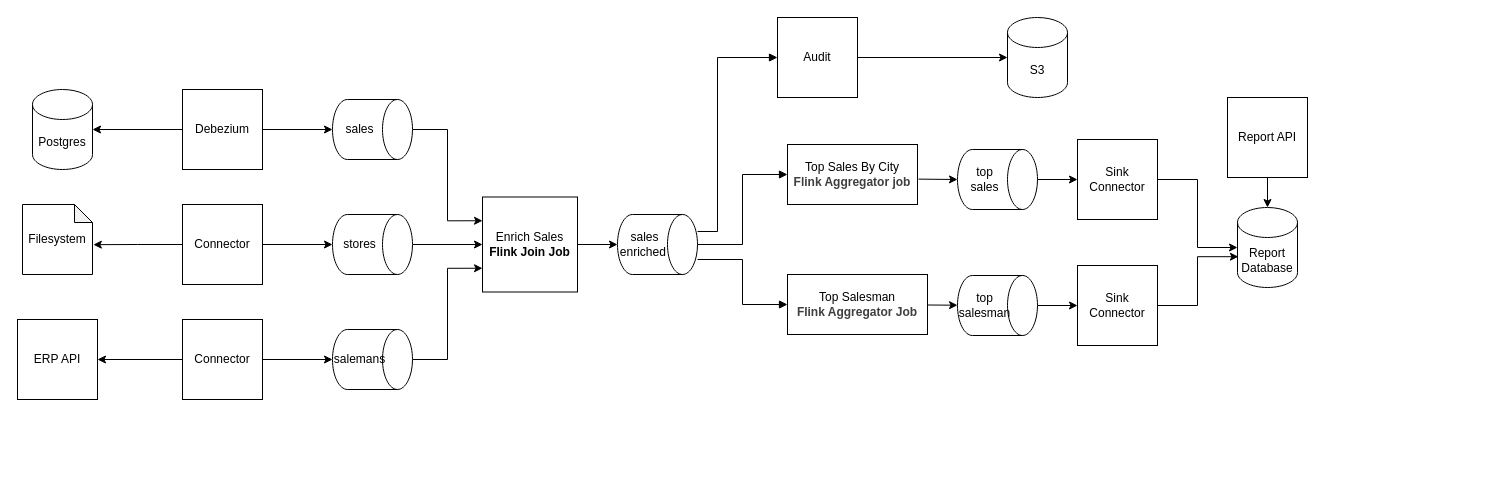
Above: 2026-03-23-data-kata/docs/Kata - Data Architecture.drawio in brunohaetinger/green-team (draw.io), before the change. Source tidied: cells renumbered, new cells numbered last; positions are measured from the earlier drawing's top-left corner, leaving out a move shared by most shapes. Both pictures are drawn from the tidied source at 100%, with x=0, y=0 at pixel (17, 17).
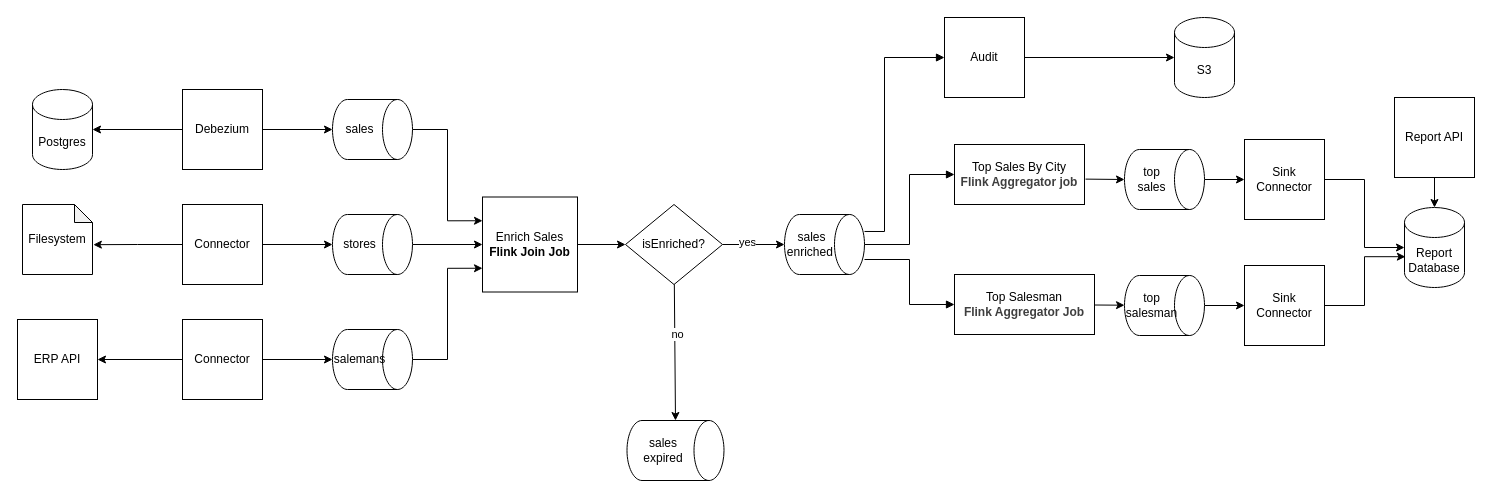
Above is the later version.

Unchanged cells that the change refers to:
```xml
<mxCell id="21" value="Enrich Sales&lt;br&gt;&lt;b&gt;Flink Join Job&lt;/b&gt;" style="whiteSpace=wrap;html=1;" parent="1" vertex="1">
  <mxGeometry x="465" y="179.5" width="95" height="95" as="geometry" />
</mxCell>
```

What changed in the source:
```diff
@@
-    <mxCell id="22" value="sales enriched&amp;nbsp;" style="shape=cylinder3;whiteSpace=wrap;html=1;boundedLbl=1;backgroundOutline=1;size=15;rotation=90;horizontal=0;" parent="1" vertex="1">
-      <mxGeometry x="610" y="187" width="60" height="80" as="geometry" />
-    </mxCell>
-    <mxCell id="23" style="edgeStyle=orthogonalEdgeStyle;rounded=0;jettySize=auto;html=1;entryX=0.5;entryY=1;entryDx=0;entryDy=0;entryPerimeter=0;" parent="1" edge="1" source="21" target="22">
+    <mxCell id="23" style="edgeStyle=orthogonalEdgeStyle;rounded=0;jettySize=auto;html=1;entryX=0.5;entryY=1;entryDx=0;entryDy=0;entryPerimeter=0;" parent="1" edge="1" source="52" target="22">
       <mxGeometry relative="1" as="geometry" />
     </mxCell>
+    <mxCell id="47" value="yes" style="edgeLabel;html=1;align=center;verticalAlign=middle;" parent="23" vertex="1">
+      <mxGeometry x="-0.23" y="3" relative="1" as="geometry" />
+    </mxCell>
@@
+    <mxCell id="48" style="group;" parent="1" vertex="1">
+      <mxGeometry x="767" width="690" height="328" as="geometry" />
+    </mxCell>
+    <mxCell id="22" value="sales enriched&amp;nbsp;" style="shape=cylinder3;whiteSpace=wrap;html=1;boundedLbl=1;backgroundOutline=1;size=15;rotation=90;horizontal=0;" parent="48" vertex="1">
+      <mxGeometry x="10" y="187" width="60" height="80" as="geometry" />
+    </mxCell>
-    <mxCell id="26" style="edgeStyle=orthogonalEdgeStyle;rounded=0;jettySize=auto;html=1;entryX=0.283;entryY=0;entryDx=0;entryDy=0;entryPerimeter=0;exitX=0;exitY=0.5;exitDx=0;exitDy=0;startArrow=block;startFill=1;endArrow=none;endFill=0;" parent="1" edge="1" source="40" target="22">
+    <mxCell id="26" style="edgeStyle=orthogonalEdgeStyle;rounded=0;jettySize=auto;html=1;entryX=0.283;entryY=0;entryDx=0;entryDy=0;entryPerimeter=0;exitX=0;exitY=0.5;exitDx=0;exitDy=0;startArrow=block;startFill=1;endArrow=none;endFill=0;" parent="48" edge="1" source="40" target="22">
       <mxGeometry relative="1" as="geometry">
         <Array as="points">
-          <mxPoint x="700" y="40" />
-          <mxPoint x="700" y="214" />
+          <mxPoint x="100" y="40" />
+          <mxPoint x="100" y="214" />
         </Array>
       </mxGeometry>
     </mxCell>
-    <mxCell id="27" style="edgeStyle=orthogonalEdgeStyle;rounded=0;jettySize=auto;html=1;entryX=0.5;entryY=0;entryDx=0;entryDy=0;entryPerimeter=0;startArrow=block;startFill=1;endArrow=none;endFill=0;exitX=0;exitY=0.5;exitDx=0;exitDy=0;" parent="1" edge="1" source="44" target="22">
+    <mxCell id="27" style="edgeStyle=orthogonalEdgeStyle;rounded=0;jettySize=auto;html=1;entryX=0.5;entryY=0;entryDx=0;entryDy=0;entryPerimeter=0;startArrow=block;startFill=1;endArrow=none;endFill=0;exitX=0;exitY=0.5;exitDx=0;exitDy=0;" parent="48" edge="1" source="44" target="22">
       <mxGeometry relative="1" as="geometry" />
     </mxCell>
-    <mxCell id="28" style="edgeStyle=orthogonalEdgeStyle;rounded=0;jettySize=auto;html=1;entryX=0.75;entryY=0;entryDx=0;entryDy=0;entryPerimeter=0;startArrow=block;startFill=1;endArrow=none;endFill=0;exitX=0;exitY=0.5;exitDx=0;exitDy=0;" parent="1" edge="1" source="45" target="22">
+    <mxCell id="28" style="edgeStyle=orthogonalEdgeStyle;rounded=0;jettySize=auto;html=1;entryX=0.75;entryY=0;entryDx=0;entryDy=0;entryPerimeter=0;startArrow=block;startFill=1;endArrow=none;endFill=0;exitX=0;exitY=0.5;exitDx=0;exitDy=0;" parent="48" edge="1" source="45" target="22">
       <mxGeometry relative="1" as="geometry" />
     </mxCell>
-    <mxCell id="29" style="edgeStyle=orthogonalEdgeStyle;rounded=0;jettySize=auto;html=1;entryX=0;entryY=0.5;entryDx=0;entryDy=0;" parent="1" edge="1" source="30" target="33">
+    <mxCell id="29" style="edgeStyle=orthogonalEdgeStyle;rounded=0;jettySize=auto;html=1;entryX=0;entryY=0.5;entryDx=0;entryDy=0;" parent="48" edge="1" source="30" target="33">
       <mxGeometry relative="1" as="geometry" />
     </mxCell>
-    <mxCell id="30" value="top sales" style="shape=cylinder3;whiteSpace=wrap;html=1;boundedLbl=1;backgroundOutline=1;size=15;rotation=90;horizontal=0;" parent="1" vertex="1">
-      <mxGeometry x="950" y="122" width="60" height="80" as="geometry" />
+    <mxCell id="30" value="top sales" style="shape=cylinder3;whiteSpace=wrap;html=1;boundedLbl=1;backgroundOutline=1;size=15;rotation=90;horizontal=0;" parent="48" vertex="1">
+      <mxGeometry x="350" y="122" width="60" height="80" as="geometry" />
     </mxCell>
-    <mxCell id="31" style="edgeStyle=orthogonalEdgeStyle;rounded=0;jettySize=auto;html=1;entryX=0;entryY=0.5;entryDx=0;entryDy=0;" parent="1" edge="1" source="32" target="35">
+    <mxCell id="31" style="edgeStyle=orthogonalEdgeStyle;rounded=0;jettySize=auto;html=1;entryX=0;entryY=0.5;entryDx=0;entryDy=0;" parent="48" edge="1" source="32" target="35">
       <mxGeometry relative="1" as="geometry" />
     </mxCell>
-    <mxCell id="32" value="top salesman" style="shape=cylinder3;whiteSpace=wrap;html=1;boundedLbl=1;backgroundOutline=1;size=15;rotation=90;horizontal=0;" parent="1" vertex="1">
-      <mxGeometry x="950" y="248" width="60" height="80" as="geometry" />
+    <mxCell id="32" value="top salesman" style="shape=cylinder3;whiteSpace=wrap;html=1;boundedLbl=1;backgroundOutline=1;size=15;rotation=90;horizontal=0;" parent="48" vertex="1">
+      <mxGeometry x="350" y="248" width="60" height="80" as="geometry" />
     </mxCell>
-    <mxCell id="33" value="Sink Connector" style="whiteSpace=wrap;html=1;strokeColor=default;align=center;verticalAlign=middle;fontFamily=Helvetica;fontSize=12;fontColor=default;fillColor=default;" parent="1" vertex="1">
-      <mxGeometry x="1060" y="122" width="80" height="80" as="geometry" />
+    <mxCell id="33" value="Sink Connector" style="whiteSpace=wrap;html=1;strokeColor=default;align=center;verticalAlign=middle;fontFamily=Helvetica;fontSize=12;fontColor=default;fillColor=default;" parent="48" vertex="1">
+      <mxGeometry x="460" y="122" width="80" height="80" as="geometry" />
     </mxCell>
-    <mxCell id="34" style="edgeStyle=orthogonalEdgeStyle;rounded=0;jettySize=auto;html=1;entryX=0.015;entryY=0.615;entryDx=0;entryDy=0;entryPerimeter=0;" parent="1" edge="1" source="35" target="36">
+    <mxCell id="34" style="edgeStyle=orthogonalEdgeStyle;rounded=0;jettySize=auto;html=1;entryX=0.015;entryY=0.615;entryDx=0;entryDy=0;entryPerimeter=0;" parent="48" edge="1" source="35" target="36">
       <mxGeometry relative="1" as="geometry" />
     </mxCell>
-    <mxCell id="35" value="Sink Connector" style="whiteSpace=wrap;html=1;strokeColor=default;align=center;verticalAlign=middle;fontFamily=Helvetica;fontSize=12;fontColor=default;fillColor=default;" parent="1" vertex="1">
-      <mxGeometry x="1060" y="248" width="80" height="80" as="geometry" />
+    <mxCell id="35" value="Sink Connector" style="whiteSpace=wrap;html=1;strokeColor=default;align=center;verticalAlign=middle;fontFamily=Helvetica;fontSize=12;fontColor=default;fillColor=default;" parent="48" vertex="1">
+      <mxGeometry x="460" y="248" width="80" height="80" as="geometry" />
     </mxCell>
-    <mxCell id="36" value="Report Database" style="shape=cylinder3;whiteSpace=wrap;html=1;boundedLbl=1;backgroundOutline=1;size=15;" parent="1" vertex="1">
-      <mxGeometry x="1220" y="190" width="60" height="80" as="geometry" />
+    <mxCell id="36" value="Report Database" style="shape=cylinder3;whiteSpace=wrap;html=1;boundedLbl=1;backgroundOutline=1;size=15;" parent="48" vertex="1">
+      <mxGeometry x="620" y="190" width="60" height="80" as="geometry" />
     </mxCell>
-    <mxCell id="37" style="edgeStyle=orthogonalEdgeStyle;rounded=0;jettySize=auto;html=1;entryX=0;entryY=0.5;entryDx=0;entryDy=0;entryPerimeter=0;" parent="1" edge="1" source="33" target="36">
+    <mxCell id="37" style="edgeStyle=orthogonalEdgeStyle;rounded=0;jettySize=auto;html=1;entryX=0;entryY=0.5;entryDx=0;entryDy=0;entryPerimeter=0;" parent="48" edge="1" source="33" target="36">
       <mxGeometry relative="1" as="geometry" />
     </mxCell>
-    <mxCell id="38" value="Report API" style="whiteSpace=wrap;html=1;strokeColor=default;align=center;verticalAlign=middle;fontFamily=Helvetica;fontSize=12;fontColor=default;fillColor=default;" parent="1" vertex="1">
-      <mxGeometry x="1210" y="80" width="80" height="80" as="geometry" />
+    <mxCell id="38" value="Report API" style="whiteSpace=wrap;html=1;strokeColor=default;align=center;verticalAlign=middle;fontFamily=Helvetica;fontSize=12;fontColor=default;fillColor=default;" parent="48" vertex="1">
+      <mxGeometry x="610" y="80" width="80" height="80" as="geometry" />
     </mxCell>
-    <mxCell id="39" style="edgeStyle=orthogonalEdgeStyle;rounded=0;jettySize=auto;html=1;entryX=0.5;entryY=0;entryDx=0;entryDy=0;entryPerimeter=0;" parent="1" edge="1" source="38" target="36">
+    <mxCell id="39" style="edgeStyle=orthogonalEdgeStyle;rounded=0;jettySize=auto;html=1;entryX=0.5;entryY=0;entryDx=0;entryDy=0;entryPerimeter=0;" parent="48" edge="1" source="38" target="36">
       <mxGeometry relative="1" as="geometry" />
     </mxCell>
-    <mxCell id="40" value="Audit" style="whiteSpace=wrap;html=1;" parent="1" vertex="1">
-      <mxGeometry x="760" width="80" height="80" as="geometry" />
+    <mxCell id="40" value="Audit" style="whiteSpace=wrap;html=1;" parent="48" vertex="1">
+      <mxGeometry x="160" width="80" height="80" as="geometry" />
     </mxCell>
-    <mxCell id="41" value="S3" style="shape=cylinder3;whiteSpace=wrap;html=1;boundedLbl=1;backgroundOutline=1;size=15;" parent="1" vertex="1">
-      <mxGeometry x="990" width="60" height="80" as="geometry" />
+    <mxCell id="41" value="S3" style="shape=cylinder3;whiteSpace=wrap;html=1;boundedLbl=1;backgroundOutline=1;size=15;" parent="48" vertex="1">
+      <mxGeometry x="390" width="60" height="80" as="geometry" />
     </mxCell>
-    <mxCell id="42" style="rounded=0;jettySize=auto;html=1;entryX=0;entryY=0.5;entryDx=0;entryDy=0;entryPerimeter=0;exitX=1;exitY=0.5;exitDx=0;exitDy=0;" parent="1" edge="1" source="40" target="41">
+    <mxCell id="42" style="rounded=0;jettySize=auto;html=1;entryX=0;entryY=0.5;entryDx=0;entryDy=0;entryPerimeter=0;exitX=1;exitY=0.5;exitDx=0;exitDy=0;" parent="48" edge="1" source="40" target="41">
       <mxGeometry relative="1" as="geometry" />
     </mxCell>
-    <mxCell id="43" style="rounded=0;jettySize=auto;html=1;entryX=0.5;entryY=1;entryDx=0;entryDy=0;entryPerimeter=0;exitX=1.008;exitY=0.577;exitDx=0;exitDy=0;exitPerimeter=0;" parent="1" edge="1" source="44" target="30">
+    <mxCell id="43" style="rounded=0;jettySize=auto;html=1;entryX=0.5;entryY=1;entryDx=0;entryDy=0;entryPerimeter=0;exitX=1.008;exitY=0.577;exitDx=0;exitDy=0;exitPerimeter=0;" parent="48" edge="1" source="44" target="30">
       <mxGeometry relative="1" as="geometry" />
     </mxCell>
-    <mxCell id="44" value="&lt;span style=&quot;color: rgb(0, 0, 0);&quot;&gt;Top Sales By City&lt;/span&gt;&lt;br style=&quot;color: rgb(63, 63, 63); scrollbar-color: rgb(226, 226, 226) rgb(251, 251, 251);&quot;&gt;&lt;b style=&quot;color: rgb(63, 63, 63); scrollbar-color: rgb(226, 226, 226) rgb(251, 251, 251);&quot;&gt;Flink Aggregator&lt;/b&gt;&lt;b style=&quot;scrollbar-color: rgb(226, 226, 226) rgb(251, 251, 251); background-color: transparent; color: rgb(63, 63, 63);&quot;&gt;&amp;nbsp;job&lt;/b&gt;" style="rounded=0;whiteSpace=wrap;html=1;" parent="1" vertex="1">
-      <mxGeometry x="770" y="127" width="130" height="60" as="geometry" />
+    <mxCell id="44" value="&lt;span style=&quot;color: rgb(0, 0, 0);&quot;&gt;Top Sales By City&lt;/span&gt;&lt;br style=&quot;color: rgb(63, 63, 63); scrollbar-color: rgb(226, 226, 226) rgb(251, 251, 251);&quot;&gt;&lt;b style=&quot;color: rgb(63, 63, 63); scrollbar-color: rgb(226, 226, 226) rgb(251, 251, 251);&quot;&gt;Flink Aggregator&lt;/b&gt;&lt;b style=&quot;scrollbar-color: rgb(226, 226, 226) rgb(251, 251, 251); background-color: transparent; color: rgb(63, 63, 63);&quot;&gt;&amp;nbsp;job&lt;/b&gt;" style="rounded=0;whiteSpace=wrap;html=1;" parent="48" vertex="1">
+      <mxGeometry x="170" y="127" width="130" height="60" as="geometry" />
     </mxCell>
-    <mxCell id="45" value="&lt;span style=&quot;color: rgb(0, 0, 0);&quot;&gt;Top Salesman&lt;/span&gt;&lt;br style=&quot;color: rgb(63, 63, 63); scrollbar-color: rgb(226, 226, 226) rgb(251, 251, 251);&quot;&gt;&lt;b style=&quot;color: rgb(63, 63, 63); scrollbar-color: rgb(226, 226, 226) rgb(251, 251, 251);&quot;&gt;Flink Aggregator Job&lt;/b&gt;" style="rounded=0;whiteSpace=wrap;html=1;" parent="1" vertex="1">
-      <mxGeometry x="770" y="257" width="140" height="60" as="geometry" />
+    <mxCell id="45" value="&lt;span style=&quot;color: rgb(0, 0, 0);&quot;&gt;Top Salesman&lt;/span&gt;&lt;br style=&quot;color: rgb(63, 63, 63); scrollbar-color: rgb(226, 226, 226) rgb(251, 251, 251);&quot;&gt;&lt;b style=&quot;color: rgb(63, 63, 63); scrollbar-color: rgb(226, 226, 226) rgb(251, 251, 251);&quot;&gt;Flink Aggregator Job&lt;/b&gt;" style="rounded=0;whiteSpace=wrap;html=1;" parent="48" vertex="1">
+      <mxGeometry x="170" y="257" width="140" height="60" as="geometry" />
     </mxCell>
-    <mxCell id="46" style="edgeStyle=none;html=1;" parent="1" edge="1" source="45" target="32">
+    <mxCell id="46" style="edgeStyle=none;html=1;" parent="48" edge="1" source="45" target="32">
       <mxGeometry relative="1" as="geometry" />
     </mxCell>
+    <mxCell id="49" style="rounded=0;jettySize=auto;html=1;entryX=0;entryY=0.5;entryDx=0;entryDy=0;" parent="1" edge="1" source="21" target="52">
+      <mxGeometry relative="1" as="geometry" />
+    </mxCell>
+    <mxCell id="50" style="edgeStyle=none;html=1;entryX=0;entryY=0.5;entryDx=0;entryDy=0;entryPerimeter=0;" parent="1" edge="1" source="52" target="53">
+      <mxGeometry relative="1" as="geometry" />
+    </mxCell>
+    <mxCell id="51" value="no" style="edgeLabel;html=1;align=center;verticalAlign=middle;" parent="50" vertex="1">
+      <mxGeometry x="-0.27" y="2" relative="1" as="geometry" />
+    </mxCell>
+    <mxCell id="52" value="isEnriched?" style="rhombus;whiteSpace=wrap;html=1;" parent="1" vertex="1">
+      <mxGeometry x="608" y="187" width="97" height="80" as="geometry" />
+    </mxCell>
+    <mxCell id="53" value="sales expired" style="shape=cylinder3;whiteSpace=wrap;html=1;boundedLbl=1;backgroundOutline=1;size=15;rotation=90;horizontal=0;" parent="1" vertex="1">
+      <mxGeometry x="628" y="384.5" width="60" height="97" as="geometry" />
+    </mxCell>
```
